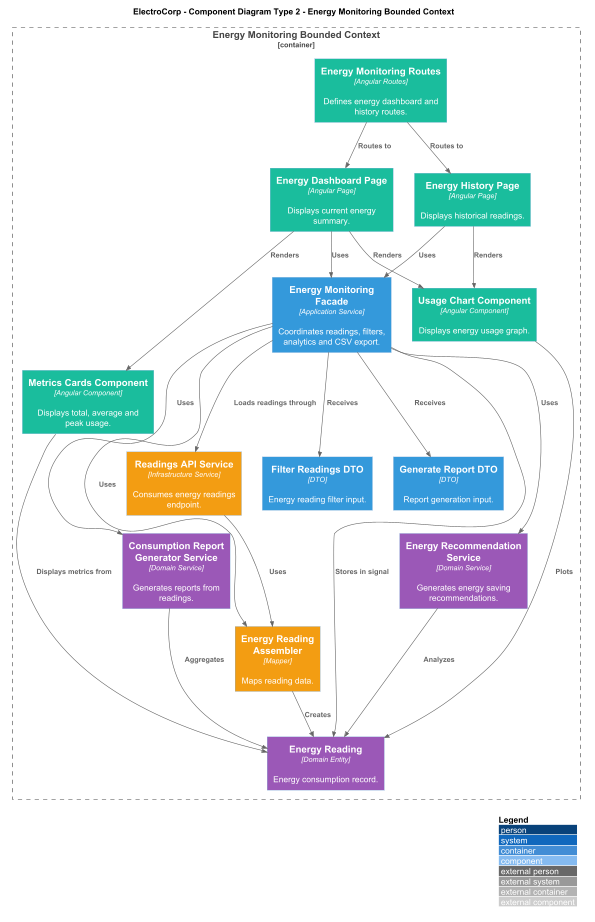
Above: assets/frontend-energy-monitoring-components.png in upc-pre-202610-1asi0729-11896-ECorp/Electrocorp-report (PlantUML), before the change.
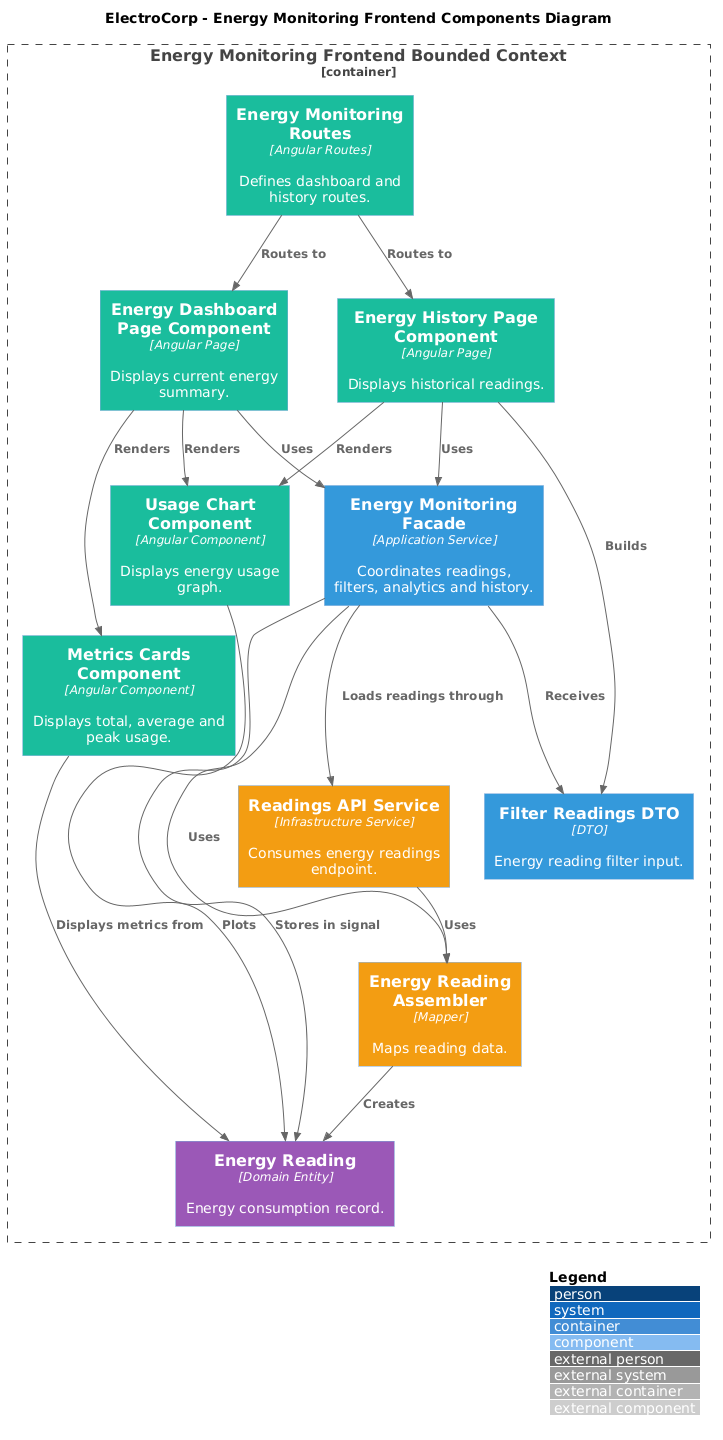
Later version of the same file.

Diff of the diagram source:
```diff
@@ -1,7 +1,7 @@
-@startuml ElectroCorp_Type2_Energy_Monitoring_Components
+@startuml
 !includeurl https://raw.githubusercontent.com/plantuml-stdlib/C4-PlantUML/master/C4_Component.puml
 
-title ElectroCorp - Component Diagram Type 2 - Energy Monitoring Bounded Context
+title ElectroCorp - Energy Monitoring Frontend Components Diagram
 
 LAYOUT_WITH_LEGEND()
 
@@ -10,20 +10,17 @@
 AddComponentTag("domain", $bgColor="#9B59B6", $fontColor="#FFFFFF")
 AddComponentTag("infrastructure", $bgColor="#F39C12", $fontColor="#FFFFFF")
 
-Container_Boundary(energy, "Energy Monitoring Bounded Context") {
-  Component(routes, "Energy Monitoring Routes", "Angular Routes", "Defines energy dashboard and history routes.", $tags="presentation")
-  Component(dashboardPage, "Energy Dashboard Page", "Angular Page", "Displays current energy summary.", $tags="presentation")
-  Component(historyPage, "Energy History Page", "Angular Page", "Displays historical readings.", $tags="presentation")
+Container_Boundary(energy, "Energy Monitoring Frontend Bounded Context") {
+  Component(routes, "Energy Monitoring Routes", "Angular Routes", "Defines dashboard and history routes.", $tags="presentation")
+  Component(dashboardPage, "Energy Dashboard Page Component", "Angular Page", "Displays current energy summary.", $tags="presentation")
+  Component(historyPage, "Energy History Page Component", "Angular Page", "Displays historical readings.", $tags="presentation")
   Component(metricsCards, "Metrics Cards Component", "Angular Component", "Displays total, average and peak usage.", $tags="presentation")
   Component(usageChart, "Usage Chart Component", "Angular Component", "Displays energy usage graph.", $tags="presentation")
 
-  Component(facade, "Energy Monitoring Facade", "Application Service", "Coordinates readings, filters, analytics and CSV export.", $tags="application")
+  Component(facade, "Energy Monitoring Facade", "Application Service", "Coordinates readings, filters, analytics and history.", $tags="application")
   Component(filterDto, "Filter Readings DTO", "DTO", "Energy reading filter input.", $tags="application")
-  Component(generateReportDto, "Generate Report DTO", "DTO", "Report generation input.", $tags="application")
 
   Component(reading, "Energy Reading", "Domain Entity", "Energy consumption record.", $tags="domain")
-  Component(recommendation, "Energy Recommendation Service", "Domain Service", "Generates energy saving recommendations.", $tags="domain")
-  Component(reportGenerator, "Consumption Report Generator Service", "Domain Service", "Generates reports from readings.", $tags="domain")
 
   Component(readingsApi, "Readings API Service", "Infrastructure Service", "Consumes energy readings endpoint.", $tags="infrastructure")
   Component(readingAssembler, "Energy Reading Assembler", "Mapper", "Maps reading data.", $tags="infrastructure")
@@ -36,20 +33,13 @@
 Rel(dashboardPage, metricsCards, "Renders")
 Rel(dashboardPage, usageChart, "Renders")
 Rel(historyPage, usageChart, "Renders")
+Rel(historyPage, filterDto, "Builds")
+Rel(facade, filterDto, "Receives")
+Rel(facade, readingsApi, "Loads readings through")
+Rel(facade, readingAssembler, "Uses")
+Rel(facade, reading, "Stores in signal")
 Rel(metricsCards, reading, "Displays metrics from")
 Rel(usageChart, reading, "Plots")
-
-Rel(facade, filterDto, "Receives")
-Rel(facade, generateReportDto, "Receives")
-Rel(facade, readingsApi, "Loads readings through")
-Rel(facade, readingAssembler, "Uses")
-Rel(facade, recommendation, "Uses")
-Rel(facade, reportGenerator, "Uses")
-Rel(facade, reading, "Stores in signal")
-
 Rel(readingsApi, readingAssembler, "Uses")
 Rel(readingAssembler, reading, "Creates")
-Rel(recommendation, reading, "Analyzes")
-Rel(reportGenerator, reading, "Aggregates")
-
 @enduml
```
